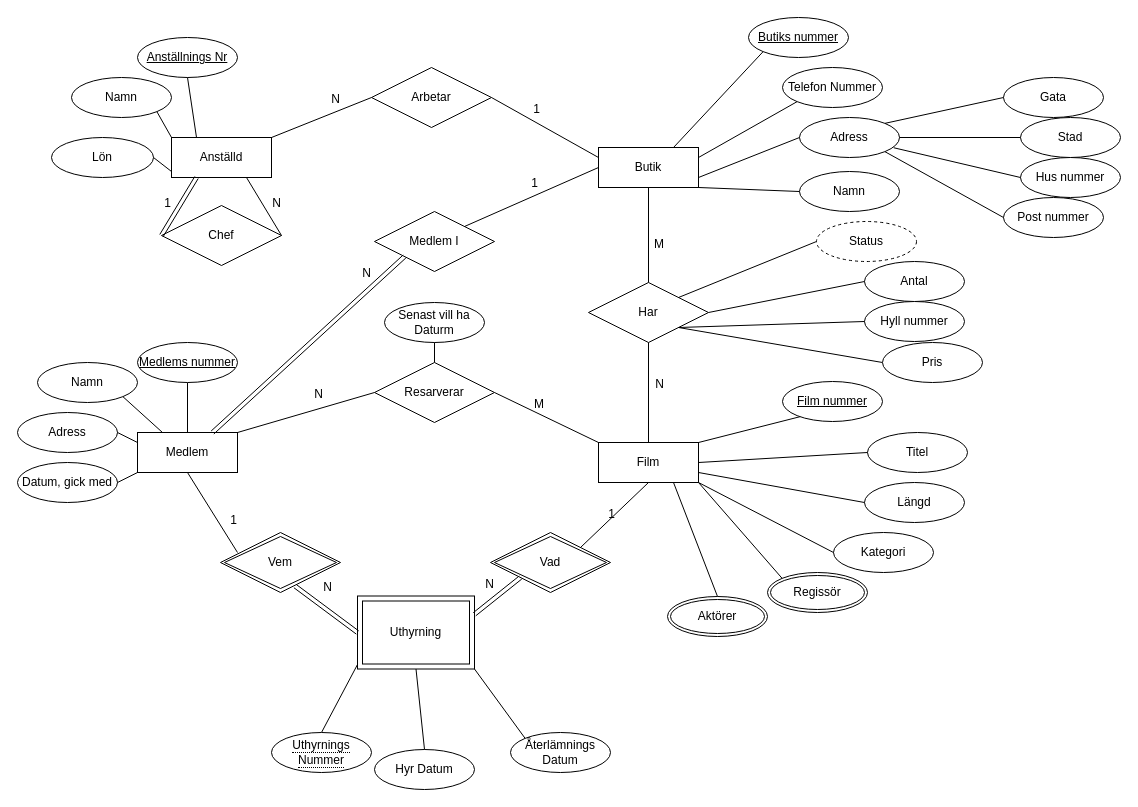
PyroG8r/Databaser-DT139G keeps this draw.io diagram as Labb1/ER1.drawio. Above is the earlier version. Source tidied: cells renumbered, new cells numbered last; positions are measured from the earlier drawing's top-left corner, leaving out a move shared by most shapes. Both pictures are drawn from the tidied source at 100%, with x=0, y=0 at pixel (17, 17).
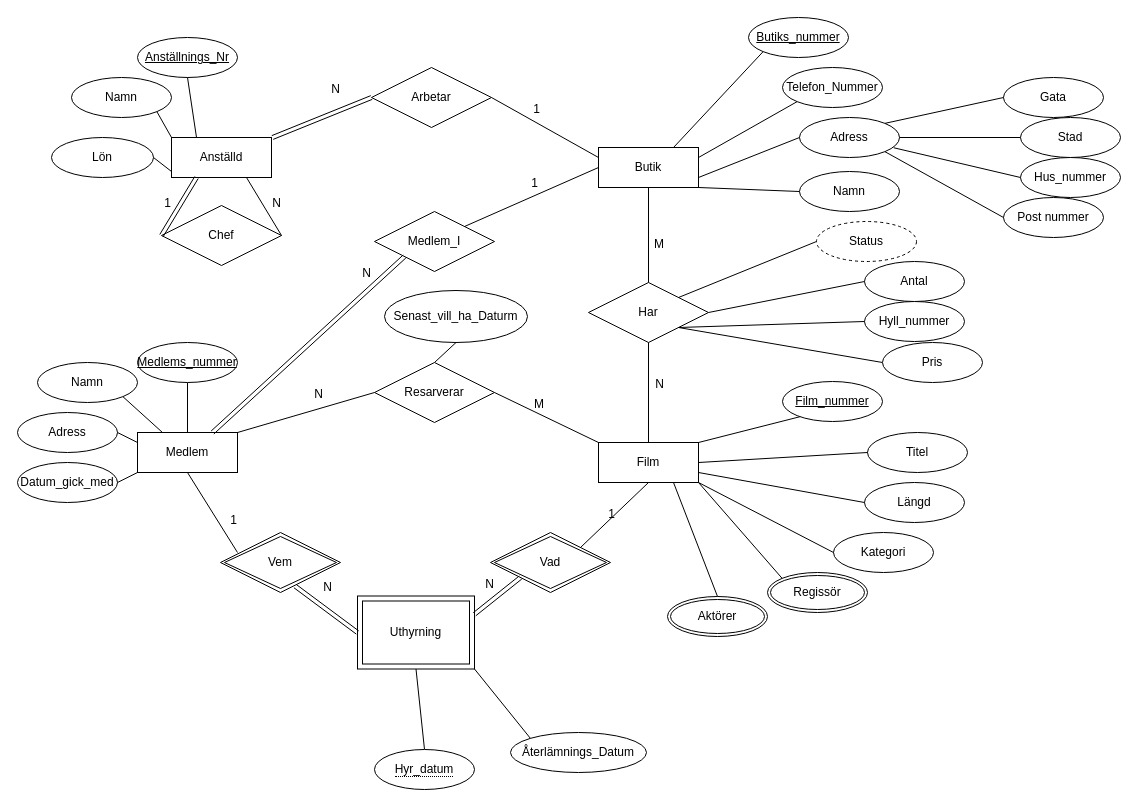
The same page after the edit.

Unchanged cells that the change refers to:
```xml
<mxCell id="3" value="Anställd" style="whiteSpace=wrap;html=1;align=center;" parent="1" vertex="1">
  <mxGeometry x="154" y="120" width="100" height="40" as="geometry" />
</mxCell>
<mxCell id="35" value="Uthyrning" style="shape=ext;margin=3;double=1;whiteSpace=wrap;html=1;align=center;" parent="1" vertex="1">
  <mxGeometry x="340" y="578.5" width="117" height="73" as="geometry" />
</mxCell>
<mxCell id="64" value="Arbetar" style="shape=rhombus;perimeter=rhombusPerimeter;whiteSpace=wrap;html=1;align=center;" parent="1" vertex="1">
  <mxGeometry x="354" y="50" width="120" height="60" as="geometry" />
</mxCell>
```

Diff of the diagram source:
```diff
@@
-    <mxCell id="4" value="Telefon Nummer" style="ellipse;whiteSpace=wrap;html=1;align=center;" parent="1" vertex="1">
+    <mxCell id="4" value="Telefon_Nummer" style="ellipse;whiteSpace=wrap;html=1;align=center;" parent="1" vertex="1">
       <mxGeometry x="765" y="50" width="100" height="40" as="geometry" />
     </mxCell>
-    <mxCell id="5" value="Butiks nummer" style="ellipse;whiteSpace=wrap;html=1;align=center;fontStyle=4;" parent="1" vertex="1">
+    <mxCell id="5" value="Butiks_nummer" style="ellipse;whiteSpace=wrap;html=1;align=center;fontStyle=4;" parent="1" vertex="1">
       <mxGeometry x="731" width="100" height="40" as="geometry" />
     </mxCell>
@@
-    <mxCell id="13" value="&lt;u&gt;Anställnings Nr&lt;/u&gt;" style="ellipse;whiteSpace=wrap;html=1;align=center;" parent="1" vertex="1">
+    <mxCell id="13" value="&lt;u&gt;Anställnings_Nr&lt;/u&gt;" style="ellipse;whiteSpace=wrap;html=1;align=center;" parent="1" vertex="1">
       <mxGeometry x="120" y="20" width="100" height="40" as="geometry" />
     </mxCell>
@@
-    <mxCell id="17" value="Datum, gick med" style="ellipse;whiteSpace=wrap;html=1;align=center;" parent="1" vertex="1">
+    <mxCell id="17" value="Datum_gick_med" style="ellipse;whiteSpace=wrap;html=1;align=center;" parent="1" vertex="1">
       <mxGeometry y="445" width="100" height="40" as="geometry" />
     </mxCell>
@@
-    <mxCell id="29" value="Senast vill ha Daturm" style="ellipse;whiteSpace=wrap;html=1;align=center;" parent="1" vertex="1">
-      <mxGeometry x="367" y="285" width="100" height="40" as="geometry" />
+    <mxCell id="29" value="Senast_vill_ha_Daturm" style="ellipse;whiteSpace=wrap;html=1;align=center;" parent="1" vertex="1">
+      <mxGeometry x="367" y="273" width="143" height="52" as="geometry" />
     </mxCell>
@@
-    <mxCell id="36" style="endArrow=none;html=1;rounded=0;exitX=0.5;exitY=0;exitDx=0;exitDy=0;" parent="1" edge="1" source="46">
-      <mxGeometry relative="1" as="geometry">
-        <mxPoint x="340" y="647" as="targetPoint" />
-      </mxGeometry>
-    </mxCell>
@@
-    <mxCell id="46" value="&lt;span style=&quot;border-bottom: 1px dotted&quot;&gt;Uthyrnings Nummer&lt;/span&gt;" style="ellipse;whiteSpace=wrap;html=1;align=center;" parent="1" vertex="1">
-      <mxGeometry x="254" y="715" width="100" height="40" as="geometry" />
-    </mxCell>
@@
-    <mxCell id="48" value="Hyr Datum" style="ellipse;whiteSpace=wrap;html=1;align=center;" parent="1" vertex="1">
-      <mxGeometry x="357" y="732" width="100" height="40" as="geometry" />
-    </mxCell>
-    <mxCell id="49" value="Återlämnings Datum" style="ellipse;whiteSpace=wrap;html=1;align=center;" parent="1" vertex="1">
-      <mxGeometry x="493" y="715" width="100" height="40" as="geometry" />
+    <mxCell id="49" value="Återlämnings_Datum" style="ellipse;whiteSpace=wrap;html=1;align=center;" parent="1" vertex="1">
+      <mxGeometry x="493" y="715" width="136" height="40" as="geometry" />
     </mxCell>
-    <mxCell id="50" style="endArrow=none;html=1;rounded=0;entryX=0.5;entryY=1;entryDx=0;entryDy=0;exitX=0.5;exitY=0;exitDx=0;exitDy=0;" parent="1" edge="1" source="48" target="35">
-      <mxGeometry relative="1" as="geometry" />
+    <mxCell id="50" style="endArrow=none;html=1;rounded=0;entryX=0.5;entryY=1;entryDx=0;entryDy=0;exitX=0.5;exitY=0;exitDx=0;exitDy=0;" parent="1" edge="1" target="35">
+      <mxGeometry relative="1" as="geometry">
+        <mxPoint x="407" y="732" as="sourcePoint" />
+      </mxGeometry>
     </mxCell>
@@
-    <mxCell id="65" value="Medlem I" style="shape=rhombus;perimeter=rhombusPerimeter;whiteSpace=wrap;html=1;align=center;" parent="1" vertex="1">
+    <mxCell id="65" value="Medlem_I" style="shape=rhombus;perimeter=rhombusPerimeter;whiteSpace=wrap;html=1;align=center;" parent="1" vertex="1">
       <mxGeometry x="357" y="194" width="120" height="60" as="geometry" />
     </mxCell>
@@
-    <mxCell id="71" style="endArrow=none;html=1;rounded=0;exitX=1;exitY=0;exitDx=0;exitDy=0;entryX=0;entryY=0.5;entryDx=0;entryDy=0;" parent="1" edge="1" source="3" target="64">
-      <mxGeometry relative="1" as="geometry" />
-    </mxCell>
-    <mxCell id="72" value="N" style="html=1;align=right;verticalAlign=bottom;" parent="71" vertex="1">
-      <mxGeometry x="1" relative="1" as="geometry">
-        <mxPoint x="-31" y="10" as="offset" />
-      </mxGeometry>
-    </mxCell>
@@
-    <mxCell id="82" value="Hus nummer" style="ellipse;whiteSpace=wrap;html=1;align=center;" parent="1" vertex="1">
+    <mxCell id="82" value="Hus_nummer" style="ellipse;whiteSpace=wrap;html=1;align=center;" parent="1" vertex="1">
       <mxGeometry x="1003" y="140" width="100" height="40" as="geometry" />
     </mxCell>
@@
-    <mxCell id="88" value="Hyll nummer" style="ellipse;whiteSpace=wrap;html=1;align=center;" parent="1" vertex="1">
+    <mxCell id="88" value="Hyll_nummer" style="ellipse;whiteSpace=wrap;html=1;align=center;" parent="1" vertex="1">
       <mxGeometry x="847" y="284" width="100" height="40" as="geometry" />
     </mxCell>
@@
-    <mxCell id="98" value="Medlems nummer" style="ellipse;whiteSpace=wrap;html=1;align=center;fontStyle=4;" parent="1" vertex="1">
+    <mxCell id="98" value="Medlems_nummer" style="ellipse;whiteSpace=wrap;html=1;align=center;fontStyle=4;" parent="1" vertex="1">
       <mxGeometry x="120" y="325" width="100" height="40" as="geometry" />
     </mxCell>
-    <mxCell id="99" value="Film nummer" style="ellipse;whiteSpace=wrap;html=1;align=center;fontStyle=4;" parent="1" vertex="1">
+    <mxCell id="99" value="Film_nummer" style="ellipse;whiteSpace=wrap;html=1;align=center;fontStyle=4;" parent="1" vertex="1">
       <mxGeometry x="765" y="364" width="100" height="40" as="geometry" />
     </mxCell>
+    <mxCell id="100" style="shape=link;html=1;rounded=0;entryX=0;entryY=0.5;entryDx=0;entryDy=0;" parent="1" edge="1" target="64">
+      <mxGeometry relative="1" as="geometry">
+        <mxPoint x="255" y="120" as="sourcePoint" />
+      </mxGeometry>
+    </mxCell>
+    <mxCell id="72" value="N" style="html=1;align=right;verticalAlign=bottom;" parent="100" vertex="1">
+      <mxGeometry x="1" relative="1" as="geometry">
+        <mxPoint x="-31" as="offset" />
+      </mxGeometry>
+    </mxCell>
+    <mxCell id="101" value="&lt;span style=&quot;border-bottom: 1px dotted&quot;&gt;Hyr_datum&lt;/span&gt;" style="ellipse;whiteSpace=wrap;html=1;align=center;" parent="1" vertex="1">
+      <mxGeometry x="357" y="732" width="100" height="40" as="geometry" />
+    </mxCell>
```
